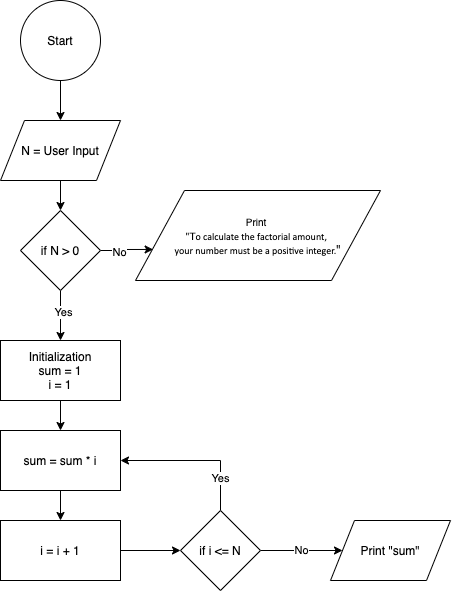
This is Factorial Calculator.png from faridvahedi/Flowcharts, a draw.io export, as it was before one commit. Source tidied: cells renumbered, new cells last; positions are measured from the earlier drawing's top-left corner, leaving out a move shared by most shapes.
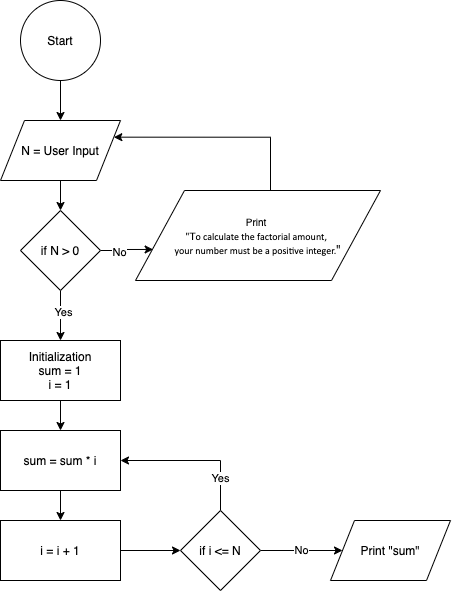
Above is the later version.

What changed in the source:
```diff
@@ -33,6 +33,14 @@
     <mxCell id="10" value="if N &amp;gt; 0" style="rhombus;whiteSpace=wrap;html=1;" parent="1" vertex="1">
       <mxGeometry x="20" y="210" width="80" height="80" as="geometry" />
     </mxCell>
+    <mxCell id="22" style="edgeStyle=orthogonalEdgeStyle;rounded=0;jettySize=auto;html=1;entryX=1;entryY=0.25;entryDx=0;entryDy=0;" parent="1" edge="1" source="11" target="5">
+      <mxGeometry relative="1" as="geometry">
+        <Array as="points">
+          <mxPoint x="270" y="235" />
+          <mxPoint x="270" y="137" />
+        </Array>
+      </mxGeometry>
+    </mxCell>
     <mxCell id="11" value="&lt;font style=&quot;font-size: 10px&quot;&gt;Print &lt;br&gt;&quot;T&lt;span style=&quot;font-family: &amp;#34;calibri&amp;#34; , sans-serif&quot;&gt;o calculate the factorial amount, &lt;br&gt;your number must be a positive integer.&lt;/span&gt;&lt;/font&gt;&quot;" style="shape=parallelogram;perimeter=parallelogramPerimeter;whiteSpace=wrap;html=1;" parent="1" vertex="1">
       <mxGeometry x="135" y="190" width="245" height="90" as="geometry" />
     </mxCell>
```
